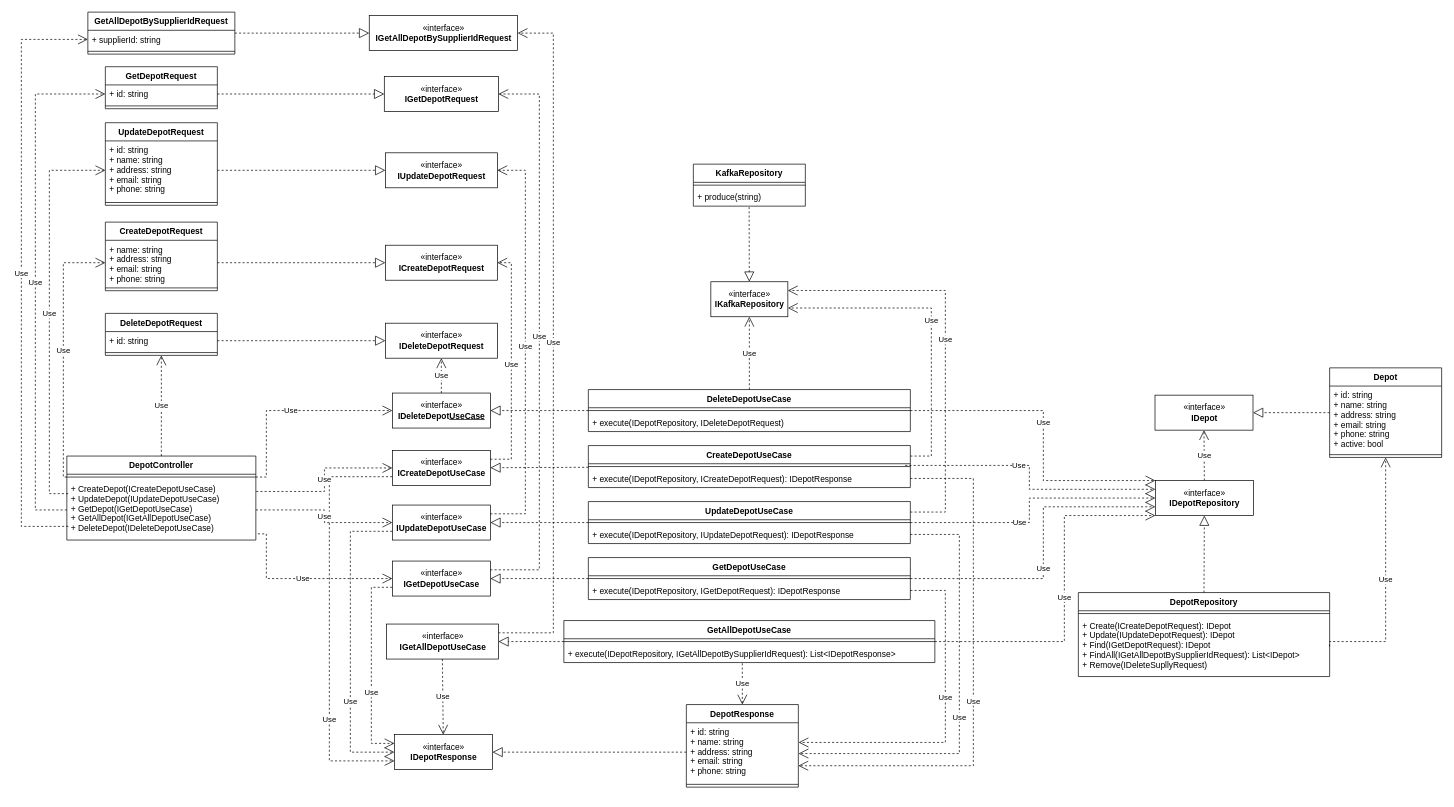
Before: project/diagrams/class-diagrams/depots-service/depots-service.drawio in bitols/logistics-services-management, a draw.io diagram. Source tidied: cells renumbered, new cells numbered last; positions are measured from the earlier drawing's top-left corner, leaving out a move shared by most shapes. Both pictures are drawn from the tidied source at 70%, with x=0, y=0 at pixel (21, 12).
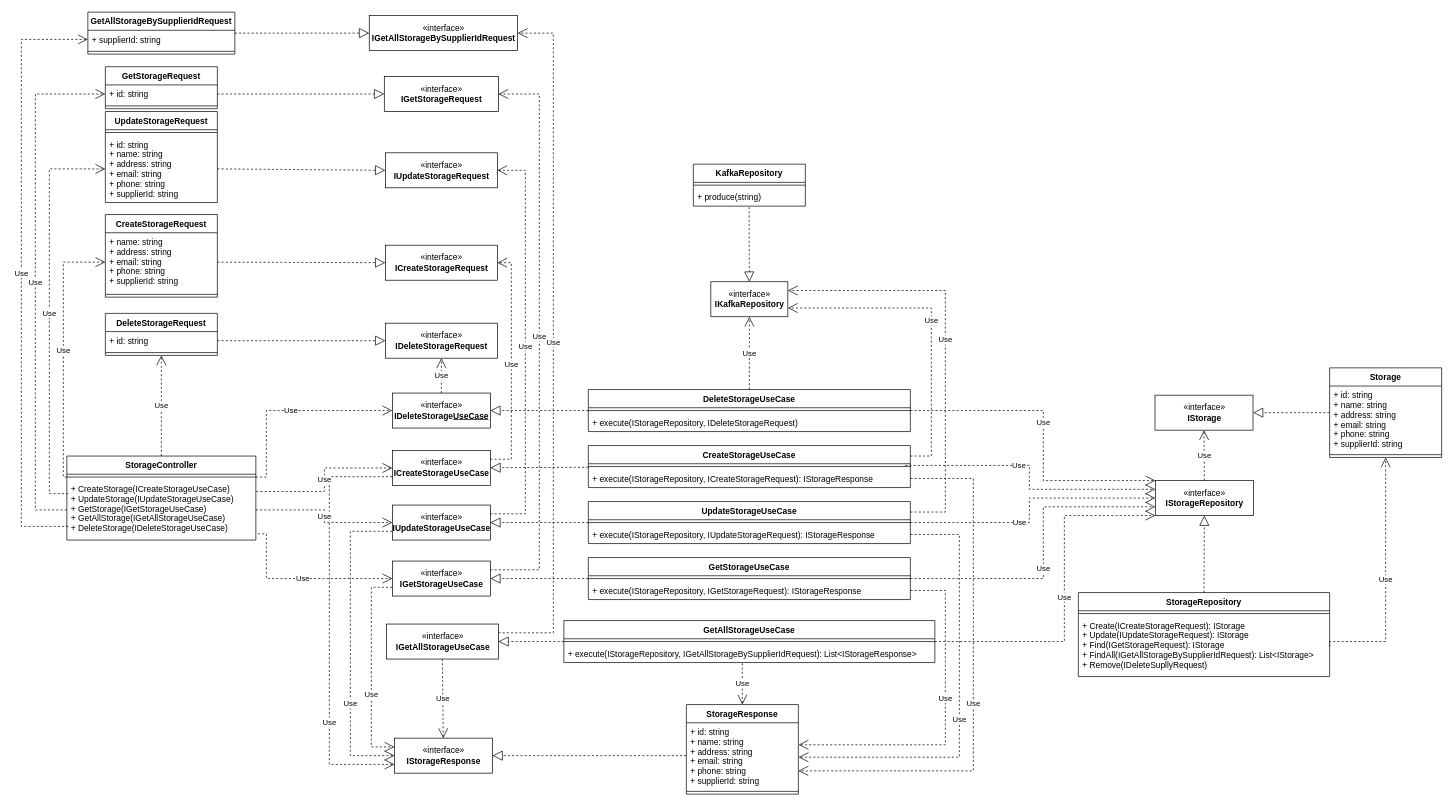
The same page after the edit.

What changed in the source:
```diff
@@
-    <mxCell id="3" value="«interface»&lt;br&gt;&lt;b&gt;IDepotResponse&lt;/b&gt;" style="html=1;" parent="1" vertex="1">
-      <mxGeometry x="533" y="1032" width="140" height="50" as="geometry" />
+    <mxCell id="3" value="«interface»&lt;br&gt;&lt;b&gt;IStorageResponse&lt;/b&gt;" style="html=1;" parent="1" vertex="1">
+      <mxGeometry x="533" y="1037" width="140" height="50" as="geometry" />
     </mxCell>
@@
-    <mxCell id="8" value="CreateDepotUseCase" style="swimlane;fontStyle=1;align=center;verticalAlign=top;horizontal=1;startSize=26;" parent="1" vertex="1">
+    <mxCell id="8" value="CreateStorageUseCase" style="swimlane;fontStyle=1;align=center;verticalAlign=top;horizontal=1;startSize=26;" parent="1" vertex="1">
       <mxGeometry x="810" y="619" width="460" height="60" as="geometry" />
     </mxCell>
@@
-    <mxCell id="10" value="+ execute(IDepotRepository, ICreateDepotRequest): IDepotResponse" style="text;strokeColor=none;fillColor=none;align=left;verticalAlign=top;spacingLeft=4;spacingRight=4;overflow=hidden;points=[[0,0.5],[1,0.5]];portConstraint=eastwest;" parent="8" vertex="1">
+    <mxCell id="10" value="+ execute(IStorageRepository, ICreateStorageRequest): IStorageResponse" style="text;strokeColor=none;fillColor=none;align=left;verticalAlign=top;spacingLeft=4;spacingRight=4;overflow=hidden;points=[[0,0.5],[1,0.5]];portConstraint=eastwest;" parent="8" vertex="1">
       <mxGeometry y="34" width="460" height="26" as="geometry" />
     </mxCell>
-    <mxCell id="11" value="UpdateDepotUseCase" style="swimlane;fontStyle=1;align=center;verticalAlign=top;horizontal=1;startSize=26;" parent="1" vertex="1">
+    <mxCell id="11" value="UpdateStorageUseCase" style="swimlane;fontStyle=1;align=center;verticalAlign=top;horizontal=1;startSize=26;" parent="1" vertex="1">
       <mxGeometry x="810" y="699" width="460" height="60" as="geometry" />
     </mxCell>
@@
-    <mxCell id="13" value="+ execute(IDepotRepository, IUpdateDepotRequest): IDepotResponse" style="text;strokeColor=none;fillColor=none;align=left;verticalAlign=top;spacingLeft=4;spacingRight=4;overflow=hidden;points=[[0,0.5],[1,0.5]];portConstraint=eastwest;" parent="11" vertex="1">
+    <mxCell id="13" value="+ execute(IStorageRepository, IUpdateStorageRequest): IStorageResponse" style="text;strokeColor=none;fillColor=none;align=left;verticalAlign=top;spacingLeft=4;spacingRight=4;overflow=hidden;points=[[0,0.5],[1,0.5]];portConstraint=eastwest;" parent="11" vertex="1">
       <mxGeometry y="34" width="460" height="26" as="geometry" />
     </mxCell>
-    <mxCell id="14" value="GetDepotUseCase" style="swimlane;fontStyle=1;align=center;verticalAlign=top;horizontal=1;startSize=26;" parent="1" vertex="1">
+    <mxCell id="14" value="GetStorageUseCase" style="swimlane;fontStyle=1;align=center;verticalAlign=top;horizontal=1;startSize=26;" parent="1" vertex="1">
       <mxGeometry x="810" y="779" width="460" height="60" as="geometry" />
     </mxCell>
@@
-    <mxCell id="16" value="+ execute(IDepotRepository, IGetDepotRequest): IDepotResponse" style="text;strokeColor=none;fillColor=none;align=left;verticalAlign=top;spacingLeft=4;spacingRight=4;overflow=hidden;points=[[0,0.5],[1,0.5]];portConstraint=eastwest;" parent="14" vertex="1">
+    <mxCell id="16" value="+ execute(IStorageRepository, IGetStorageRequest): IStorageResponse" style="text;strokeColor=none;fillColor=none;align=left;verticalAlign=top;spacingLeft=4;spacingRight=4;overflow=hidden;points=[[0,0.5],[1,0.5]];portConstraint=eastwest;" parent="14" vertex="1">
       <mxGeometry y="34" width="460" height="26" as="geometry" />
     </mxCell>
-    <mxCell id="17" value="DeleteDepotUseCase" style="swimlane;fontStyle=1;align=center;verticalAlign=top;horizontal=1;startSize=26;" parent="1" vertex="1">
+    <mxCell id="17" value="DeleteStorageUseCase" style="swimlane;fontStyle=1;align=center;verticalAlign=top;horizontal=1;startSize=26;" parent="1" vertex="1">
       <mxGeometry x="810" y="539" width="460" height="60" as="geometry" />
     </mxCell>
@@
-    <mxCell id="19" value="+ execute(IDepotRepository, IDeleteDepotRequest)" style="text;strokeColor=none;fillColor=none;align=left;verticalAlign=top;spacingLeft=4;spacingRight=4;overflow=hidden;" parent="17" vertex="1">
+    <mxCell id="19" value="+ execute(IStorageRepository, IDeleteStorageRequest)" style="text;strokeColor=none;fillColor=none;align=left;verticalAlign=top;spacingLeft=4;spacingRight=4;overflow=hidden;" parent="17" vertex="1">
       <mxGeometry y="34" width="460" height="26" as="geometry" />
     </mxCell>
@@
-    <mxCell id="21" value="«interface»&lt;br&gt;&lt;b&gt;ICreateDepotUseCase&lt;/b&gt;" style="html=1;" parent="1" vertex="1">
+    <mxCell id="21" value="«interface»&lt;br&gt;&lt;b&gt;ICreateStorageUseCase&lt;/b&gt;" style="html=1;" parent="1" vertex="1">
       <mxGeometry x="530" y="626" width="140" height="50" as="geometry" />
     </mxCell>
-    <mxCell id="22" value="«interface»&lt;br&gt;&lt;b&gt;IUpdateDepotUseCase&lt;/b&gt;&lt;b&gt;&lt;br&gt;&lt;/b&gt;" style="html=1;" parent="1" vertex="1">
+    <mxCell id="22" value="«interface»&lt;br&gt;&lt;b&gt;IUpdateStorageUseCase&lt;/b&gt;&lt;b&gt;&lt;br&gt;&lt;/b&gt;" style="html=1;" parent="1" vertex="1">
       <mxGeometry x="530" y="704" width="140" height="50" as="geometry" />
     </mxCell>
-    <mxCell id="23" value="«interface»&lt;br&gt;&lt;b&gt;IGetDepotUseCase&lt;/b&gt;" style="html=1;" parent="1" vertex="1">
+    <mxCell id="23" value="«interface»&lt;br&gt;&lt;b&gt;IGetStorageUseCase&lt;/b&gt;" style="html=1;" parent="1" vertex="1">
       <mxGeometry x="530" y="784" width="140" height="50" as="geometry" />
     </mxCell>
-    <mxCell id="24" value="«interface»&lt;br&gt;&lt;b&gt;IDeleteDepot&lt;u&gt;UseCase&lt;/u&gt;&lt;/b&gt;" style="html=1;" parent="1" vertex="1">
+    <mxCell id="24" value="«interface»&lt;br&gt;&lt;b&gt;IDeleteStorage&lt;u&gt;UseCase&lt;/u&gt;&lt;/b&gt;" style="html=1;" parent="1" vertex="1">
       <mxGeometry x="530" y="544" width="140" height="50" as="geometry" />
     </mxCell>
@@
-    <mxCell id="32" value="DeleteDepotRequest" style="swimlane;fontStyle=1;align=center;verticalAlign=top;horizontal=1;startSize=26;" parent="1" vertex="1">
+    <mxCell id="32" value="DeleteStorageRequest" style="swimlane;fontStyle=1;align=center;verticalAlign=top;horizontal=1;startSize=26;" parent="1" vertex="1">
       <mxGeometry x="120" y="430.2" width="160" height="60" as="geometry" />
     </mxCell>
@@
-    <mxCell id="36" value="GetDepotRequest" style="swimlane;fontStyle=1;align=center;verticalAlign=top;horizontal=1;startSize=26;" parent="1" vertex="1">
+    <mxCell id="36" value="GetStorageRequest" style="swimlane;fontStyle=1;align=center;verticalAlign=top;horizontal=1;startSize=26;" parent="1" vertex="1">
       <mxGeometry x="120" y="77.8" width="160" height="60" as="geometry" />
     </mxCell>
@@
-    <mxCell id="39" value="UpdateDepotRequest" style="swimlane;fontStyle=1;align=center;verticalAlign=top;horizontal=1;startSize=26;" parent="1" vertex="1">
-      <mxGeometry x="120" y="157.8" width="160" height="118" as="geometry" />
+    <mxCell id="39" value="UpdateStorageRequest" style="swimlane;fontStyle=1;align=center;verticalAlign=top;horizontal=1;startSize=26;" parent="1" vertex="1">
+      <mxGeometry x="120" y="141.8" width="160" height="130" as="geometry" />
     </mxCell>
+    <mxCell id="41" style="line;strokeWidth=1;fillColor=none;align=left;verticalAlign=middle;spacingTop=-1;spacingLeft=3;spacingRight=3;labelPosition=right;" parent="39" vertex="1">
+      <mxGeometry y="26" width="160" height="8" as="geometry" />
+    </mxCell>
-    <mxCell id="40" value="+ id: string&#10;+ name: string&#10;+ address: string&#10;+ email: string&#10;+ phone: string" style="text;strokeColor=none;fillColor=none;align=left;verticalAlign=top;spacingLeft=4;spacingRight=4;overflow=hidden;points=[[0,0.5],[1,0.5]];portConstraint=eastwest;" parent="39" vertex="1">
-      <mxGeometry y="26" width="160" height="84" as="geometry" />
+    <mxCell id="40" value="+ id: string&#10;+ name: string&#10;+ address: string&#10;+ email: string&#10;+ phone: string&#10;+ supplierId: string" style="text;strokeColor=none;fillColor=none;align=left;verticalAlign=top;spacingLeft=4;spacingRight=4;overflow=hidden;points=[[0,0.5],[1,0.5]];portConstraint=eastwest;" parent="39" vertex="1">
+      <mxGeometry y="34" width="160" height="96" as="geometry" />
     </mxCell>
-    <mxCell id="41" style="line;strokeWidth=1;fillColor=none;align=left;verticalAlign=middle;spacingTop=-1;spacingLeft=3;spacingRight=3;labelPosition=right;" parent="39" vertex="1">
-      <mxGeometry y="110" width="160" height="8" as="geometry" />
-    </mxCell>
-    <mxCell id="42" value="CreateDepotRequest" style="swimlane;fontStyle=1;align=center;verticalAlign=top;horizontal=1;startSize=26;" parent="1" vertex="1">
-      <mxGeometry x="120" y="299.8" width="160" height="98" as="geometry" />
+    <mxCell id="42" value="CreateStorageRequest" style="swimlane;fontStyle=1;align=center;verticalAlign=top;horizontal=1;startSize=26;" parent="1" vertex="1">
+      <mxGeometry x="120" y="289" width="160" height="118" as="geometry" />
     </mxCell>
-    <mxCell id="43" value="+ name: string&#10;+ address: string&#10;+ email: string&#10;+ phone: string" style="text;strokeColor=none;fillColor=none;align=left;verticalAlign=top;spacingLeft=4;spacingRight=4;overflow=hidden;points=[[0,0.5],[1,0.5]];portConstraint=eastwest;" parent="42" vertex="1">
-      <mxGeometry y="26" width="160" height="64" as="geometry" />
+    <mxCell id="43" value="+ name: string&#10;+ address: string&#10;+ email: string&#10;+ phone: string&#10;+ supplierId: string" style="text;strokeColor=none;fillColor=none;align=left;verticalAlign=top;spacingLeft=4;spacingRight=4;overflow=hidden;points=[[0,0.5],[1,0.5]];portConstraint=eastwest;" parent="42" vertex="1">
+      <mxGeometry y="26" width="160" height="84" as="geometry" />
     </mxCell>
     <mxCell id="44" style="line;strokeWidth=1;fillColor=none;align=left;verticalAlign=middle;spacingTop=-1;spacingLeft=3;spacingRight=3;labelPosition=right;" parent="42" vertex="1">
-      <mxGeometry y="90" width="160" height="8" as="geometry" />
+      <mxGeometry y="110" width="160" height="8" as="geometry" />
     </mxCell>
@@
-    <mxCell id="48" value="DepotResponse" style="swimlane;fontStyle=1;align=center;verticalAlign=top;horizontal=1;startSize=26;" parent="1" vertex="1">
-      <mxGeometry x="950" y="989" width="160" height="118" as="geometry" />
+    <mxCell id="48" value="StorageResponse" style="swimlane;fontStyle=1;align=center;verticalAlign=top;horizontal=1;startSize=26;" parent="1" vertex="1">
+      <mxGeometry x="950" y="989" width="160" height="128" as="geometry" />
     </mxCell>
-    <mxCell id="49" value="+ id: string&#10;+ name: string&#10;+ address: string&#10;+ email: string&#10;+ phone: string" style="text;strokeColor=none;fillColor=none;align=left;verticalAlign=top;spacingLeft=4;spacingRight=4;overflow=hidden;points=[[0,0.5],[1,0.5]];portConstraint=eastwest;" parent="48" vertex="1">
-      <mxGeometry y="26" width="160" height="84" as="geometry" />
+    <mxCell id="49" value="+ id: string&#10;+ name: string&#10;+ address: string&#10;+ email: string&#10;+ phone: string&#10;+ supplierId: string" style="text;strokeColor=none;fillColor=none;align=left;verticalAlign=top;spacingLeft=4;spacingRight=4;overflow=hidden;points=[[0,0.5],[1,0.5]];portConstraint=eastwest;" parent="48" vertex="1">
+      <mxGeometry y="26" width="160" height="94" as="geometry" />
     </mxCell>
     <mxCell id="50" style="line;strokeWidth=1;fillColor=none;align=left;verticalAlign=middle;spacingTop=-1;spacingLeft=3;spacingRight=3;labelPosition=right;" parent="48" vertex="1">
-      <mxGeometry y="110" width="160" height="8" as="geometry" />
+      <mxGeometry y="120" width="160" height="8" as="geometry" />
     </mxCell>
@@
-    <mxCell id="52" value="«interface»&lt;br&gt;&lt;b&gt;IDeleteDepotRequest&lt;/b&gt;" style="html=1;" parent="1" vertex="1">
+    <mxCell id="52" value="«interface»&lt;br&gt;&lt;b&gt;IDeleteStorageRequest&lt;/b&gt;" style="html=1;" parent="1" vertex="1">
       <mxGeometry x="520" y="444.2" width="160" height="50" as="geometry" />
     </mxCell>
-    <mxCell id="53" value="«interface»&lt;br&gt;&lt;b&gt;ICreateDepotRequest&lt;/b&gt;" style="html=1;" parent="1" vertex="1">
+    <mxCell id="53" value="«interface»&lt;br&gt;&lt;b&gt;ICreateStorageRequest&lt;/b&gt;" style="html=1;" parent="1" vertex="1">
       <mxGeometry x="520" y="332.8" width="160" height="50" as="geometry" />
     </mxCell>
-    <mxCell id="54" value="«interface»&lt;br&gt;&lt;b&gt;IUpdateDepotR&lt;/b&gt;&lt;span style=&quot;color: rgba(0 , 0 , 0 , 0) ; font-family: monospace ; font-size: 0px&quot;&gt;3CmxGraphModel%3E%3Croot%3E%3CmxCell%20id%3D%220%22%2F%3E%3CmxCell%20id%3D%221%22%20parent%3D%220%22%2F%3E%3CmxCell%20id%3D%222%22%20value%3D%22%C2%ABinterface%C2%BB%26lt%3Bbr%26gt%3B%26lt%3Bb%26gt%3BICreateDepotRequest%26lt%3B%2Fb%26gt%3B%22%20style%3D%22html%3D1%3B%22%20vertex%3D%221%22%20parent%3D%221%22%3E%3CmxGeometry%20x%3D%22-790%22%20y%3D%22-1310%22%20width%3D%22140%22%20height%3D%2250%22%20as%3D%22geometry%22%2F%3E%3C%2FmxCell%3E%3C%2Froot%3E%3C%2FmxGraphModel%3E&lt;/span&gt;&lt;b&gt;equest&lt;/b&gt;" style="html=1;" parent="1" vertex="1">
+    <mxCell id="54" value="«interface»&lt;br&gt;&lt;b&gt;IUpdateStorageR&lt;/b&gt;&lt;span style=&quot;color: rgba(0 , 0 , 0 , 0) ; font-family: monospace ; font-size: 0px&quot;&gt;3CmxGraphModel%3E%3Croot%3E%3CmxCell%20id%3D%220%22%2F%3E%3CmxCell%20id%3D%221%22%20parent%3D%220%22%2F%3E%3CmxCell%20id%3D%222%22%20value%3D%22%C2%ABinterface%C2%BB%26lt%3Bbr%26gt%3B%26lt%3Bb%26gt%3BICreateStorageRequest%26lt%3B%2Fb%26gt%3B%22%20style%3D%22html%3D1%3B%22%20vertex%3D%221%22%20parent%3D%221%22%3E%3CmxGeometry%20x%3D%22-790%22%20y%3D%22-1310%22%20width%3D%22140%22%20height%3D%2250%22%20as%3D%22geometry%22%2F%3E%3C%2FmxCell%3E%3C%2Froot%3E%3C%2FmxGraphModel%3E&lt;/span&gt;&lt;b&gt;equest&lt;/b&gt;" style="html=1;" parent="1" vertex="1">
       <mxGeometry x="520" y="200.8" width="160" height="50" as="geometry" />
     </mxCell>
-    <mxCell id="55" value="«interface»&lt;br&gt;&lt;b&gt;IGetDepotRequest&lt;/b&gt;" style="html=1;" parent="1" vertex="1">
+    <mxCell id="55" value="«interface»&lt;br&gt;&lt;b&gt;IGetStorageRequest&lt;/b&gt;" style="html=1;" parent="1" vertex="1">
       <mxGeometry x="518.5" y="91.8" width="163" height="50" as="geometry" />
     </mxCell>
@@
-    <mxCell id="57" value="DepotController" style="swimlane;fontStyle=1;align=center;verticalAlign=top;horizontal=1;startSize=26;" parent="1" vertex="1">
+    <mxCell id="57" value="StorageController" style="swimlane;fontStyle=1;align=center;verticalAlign=top;horizontal=1;startSize=26;" parent="1" vertex="1">
       <mxGeometry x="65" y="634" width="270" height="120" as="geometry" />
     </mxCell>
@@
-    <mxCell id="59" value="+ CreateDepot(ICreateDepotUseCase)&#10;+ UpdateDepot(IUpdateDepotUseCase)&#10;+ GetDepot(IGetDepotUseCase)&#10;+ GetAllDepot(IGetAllDepotUseCase)&#10;+ DeleteDepot(IDeleteDepotUseCase)" style="text;strokeColor=none;fillColor=none;align=left;verticalAlign=top;spacingLeft=4;spacingRight=4;overflow=hidden;points=[[0,0.5],[1,0.5]];portConstraint=eastwest;" parent="57" vertex="1">
+    <mxCell id="59" value="+ CreateStorage(ICreateStorageUseCase)&#10;+ UpdateStorage(IUpdateStorageUseCase)&#10;+ GetStorage(IGetStorageUseCase)&#10;+ GetAllStorage(IGetAllStorageUseCase)&#10;+ DeleteStorage(IDeleteStorageUseCase)" style="text;strokeColor=none;fillColor=none;align=left;verticalAlign=top;spacingLeft=4;spacingRight=4;overflow=hidden;points=[[0,0.5],[1,0.5]];portConstraint=eastwest;" parent="57" vertex="1">
       <mxGeometry y="34" width="270" height="86" as="geometry" />
     </mxCell>
@@
-    <mxCell id="75" value="«interface»&lt;br&gt;&lt;b&gt;IDepotRepository&lt;/b&gt;" style="html=1;" parent="1" vertex="1">
+    <mxCell id="75" value="«interface»&lt;br&gt;&lt;b&gt;IStorageRepository&lt;/b&gt;" style="html=1;" parent="1" vertex="1">
       <mxGeometry x="1620" y="669" width="140" height="50" as="geometry" />
     </mxCell>
-    <mxCell id="76" value="«interface»&lt;br&gt;&lt;b&gt;IDepot&lt;/b&gt;" style="html=1;" parent="1" vertex="1">
+    <mxCell id="76" value="«interface»&lt;br&gt;&lt;b&gt;IStorage&lt;/b&gt;" style="html=1;" parent="1" vertex="1">
       <mxGeometry x="1619.5" y="547" width="140" height="50" as="geometry" />
     </mxCell>
-    <mxCell id="77" value="DepotRepository" style="swimlane;fontStyle=1;align=center;verticalAlign=top;horizontal=1;startSize=26;" parent="1" vertex="1">
+    <mxCell id="77" value="StorageRepository" style="swimlane;fontStyle=1;align=center;verticalAlign=top;horizontal=1;startSize=26;" parent="1" vertex="1">
       <mxGeometry x="1510" y="829" width="359" height="120" as="geometry" />
     </mxCell>
@@
-    <mxCell id="79" value="+ Create(ICreateDepotRequest): IDepot&#10;+ Update(IUpdateDepotRequest): IDepot&#10;+ Find(IGetDepotRequest): IDepot&#10;+ FindAll(IGetAllDepotBySupplierIdRequest): List&lt;IDepot&gt;&#10;+ Remove(IDeleteSupllyRequest)" style="text;strokeColor=none;fillColor=none;align=left;verticalAlign=top;spacingLeft=4;spacingRight=4;overflow=hidden;points=[[0,0.5],[1,0.5]];portConstraint=eastwest;" parent="77" vertex="1">
+    <mxCell id="79" value="+ Create(ICreateStorageRequest): IStorage&#10;+ Update(IUpdateStorageRequest): IStorage&#10;+ Find(IGetStorageRequest): IStorage&#10;+ FindAll(IGetAllStorageBySupplierIdRequest): List&lt;IStorage&gt;&#10;+ Remove(IDeleteSupllyRequest)" style="text;strokeColor=none;fillColor=none;align=left;verticalAlign=top;spacingLeft=4;spacingRight=4;overflow=hidden;points=[[0,0.5],[1,0.5]];portConstraint=eastwest;" parent="77" vertex="1">
       <mxGeometry y="34" width="359" height="86" as="geometry" />
     </mxCell>
@@
-    <mxCell id="91" value="«interface»&lt;br&gt;&lt;b&gt;IGetAllDepotUseCase&lt;/b&gt;" style="html=1;" parent="1" vertex="1">
+    <mxCell id="91" value="«interface»&lt;br&gt;&lt;b&gt;IGetAllStorageUseCase&lt;/b&gt;" style="html=1;" parent="1" vertex="1">
       <mxGeometry x="521.5" y="874" width="160" height="50" as="geometry" />
     </mxCell>
-    <mxCell id="92" value="GetAllDepotUseCase" style="swimlane;fontStyle=1;align=center;verticalAlign=top;horizontal=1;startSize=26;" parent="1" vertex="1">
+    <mxCell id="92" value="GetAllStorageUseCase" style="swimlane;fontStyle=1;align=center;verticalAlign=top;horizontal=1;startSize=26;" parent="1" vertex="1">
       <mxGeometry x="775" y="869" width="530" height="60" as="geometry" />
     </mxCell>
@@
-    <mxCell id="94" value="+ execute(IDepotRepository, IGetAllDepotBySupplierIdRequest): List&lt;IDepotResponse&gt;" style="text;strokeColor=none;fillColor=none;align=left;verticalAlign=top;spacingLeft=4;spacingRight=4;overflow=hidden;points=[[0,0.5],[1,0.5]];portConstraint=eastwest;" parent="92" vertex="1">
+    <mxCell id="94" value="+ execute(IStorageRepository, IGetAllStorageBySupplierIdRequest): List&lt;IStorageResponse&gt;" style="text;strokeColor=none;fillColor=none;align=left;verticalAlign=top;spacingLeft=4;spacingRight=4;overflow=hidden;points=[[0,0.5],[1,0.5]];portConstraint=eastwest;" parent="92" vertex="1">
       <mxGeometry y="34" width="530" height="26" as="geometry" />
     </mxCell>
@@
-    <mxCell id="99" value="«interface»&lt;br&gt;&lt;b&gt;IGetAllDepotBySupplierIdRequest&lt;/b&gt;" style="html=1;" parent="1" vertex="1">
+    <mxCell id="99" value="«interface»&lt;br&gt;&lt;b&gt;IGetAllStorageBySupplierIdRequest&lt;/b&gt;" style="html=1;" parent="1" vertex="1">
       <mxGeometry x="497" y="4.8" width="212" height="50" as="geometry" />
     </mxCell>
-    <mxCell id="100" value="GetAllDepotBySupplierIdRequest" style="swimlane;fontStyle=1;align=center;verticalAlign=top;horizontal=1;startSize=26;" parent="1" vertex="1">
+    <mxCell id="100" value="GetAllStorageBySupplierIdRequest" style="swimlane;fontStyle=1;align=center;verticalAlign=top;horizontal=1;startSize=26;" parent="1" vertex="1">
       <mxGeometry x="95" y="-0.2" width="210" height="60" as="geometry" />
     </mxCell>
@@
-    <mxCell id="106" value="Depot" style="swimlane;fontStyle=1;align=center;verticalAlign=top;horizontal=1;startSize=26;" parent="1" vertex="1">
+    <mxCell id="106" value="Storage" style="swimlane;fontStyle=1;align=center;verticalAlign=top;horizontal=1;startSize=26;" parent="1" vertex="1">
       <mxGeometry x="1869" y="508" width="160" height="128" as="geometry" />
     </mxCell>
-    <mxCell id="107" value="+ id: string&#10;+ name: string&#10;+ address: string&#10;+ email: string&#10;+ phone: string&#10;+ active: bool" style="text;strokeColor=none;fillColor=none;align=left;verticalAlign=top;spacingLeft=4;spacingRight=4;overflow=hidden;" parent="106" vertex="1">
+    <mxCell id="107" value="+ id: string&#10;+ name: string&#10;+ address: string&#10;+ email: string&#10;+ phone: string&#10;+ supplierId: string" style="text;strokeColor=none;fillColor=none;align=left;verticalAlign=top;spacingLeft=4;spacingRight=4;overflow=hidden;" parent="106" vertex="1">
       <mxGeometry y="26" width="160" height="94" as="geometry" />
     </mxCell>
```
